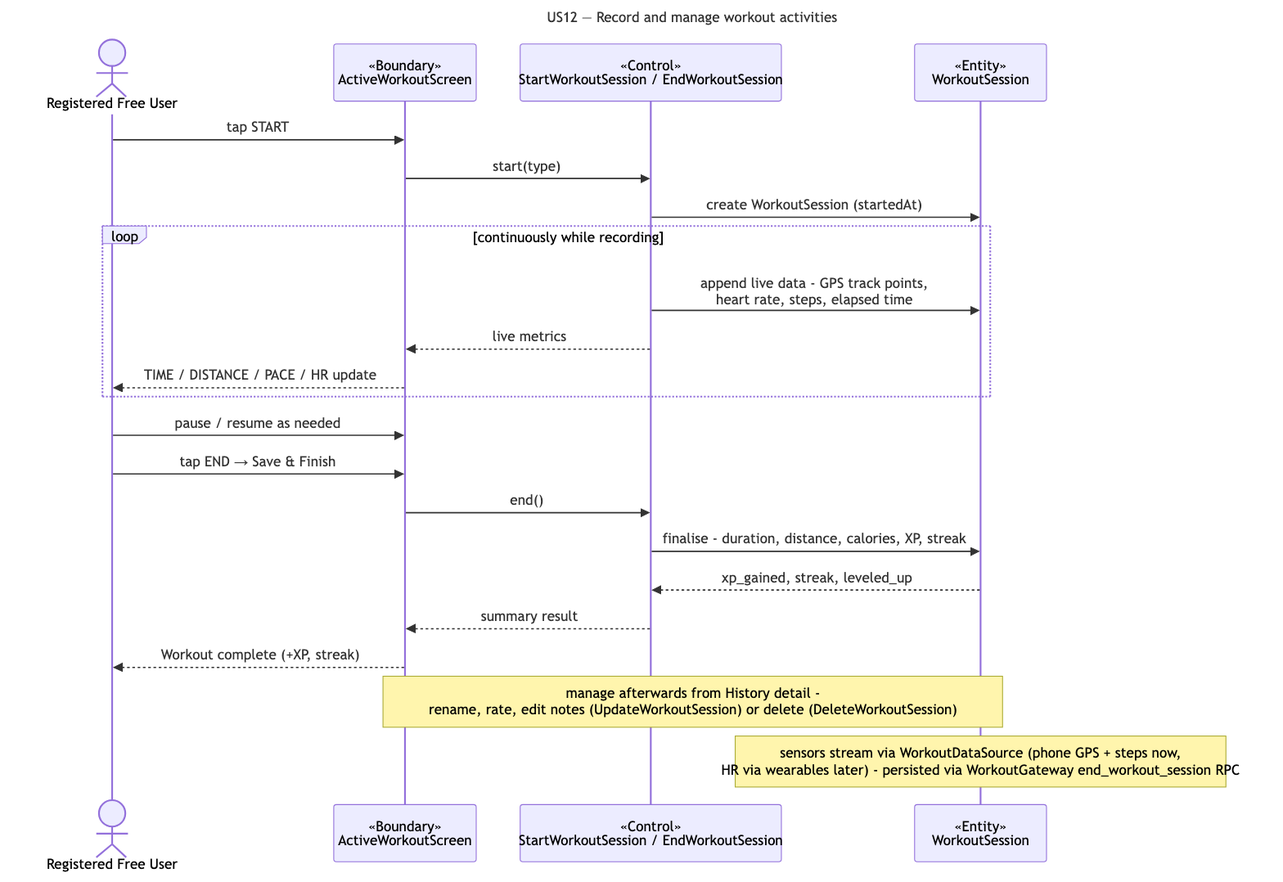
Before: docs/deliverables/sequence-diagrams/US12-record-workouts.png, a diagram exported from Mermaid (cyuanjun/FYP-26-S2-37-app). Its source is kept beside it as docs/deliverables/sequence-diagrams/src/US12-record-workouts.mmd.
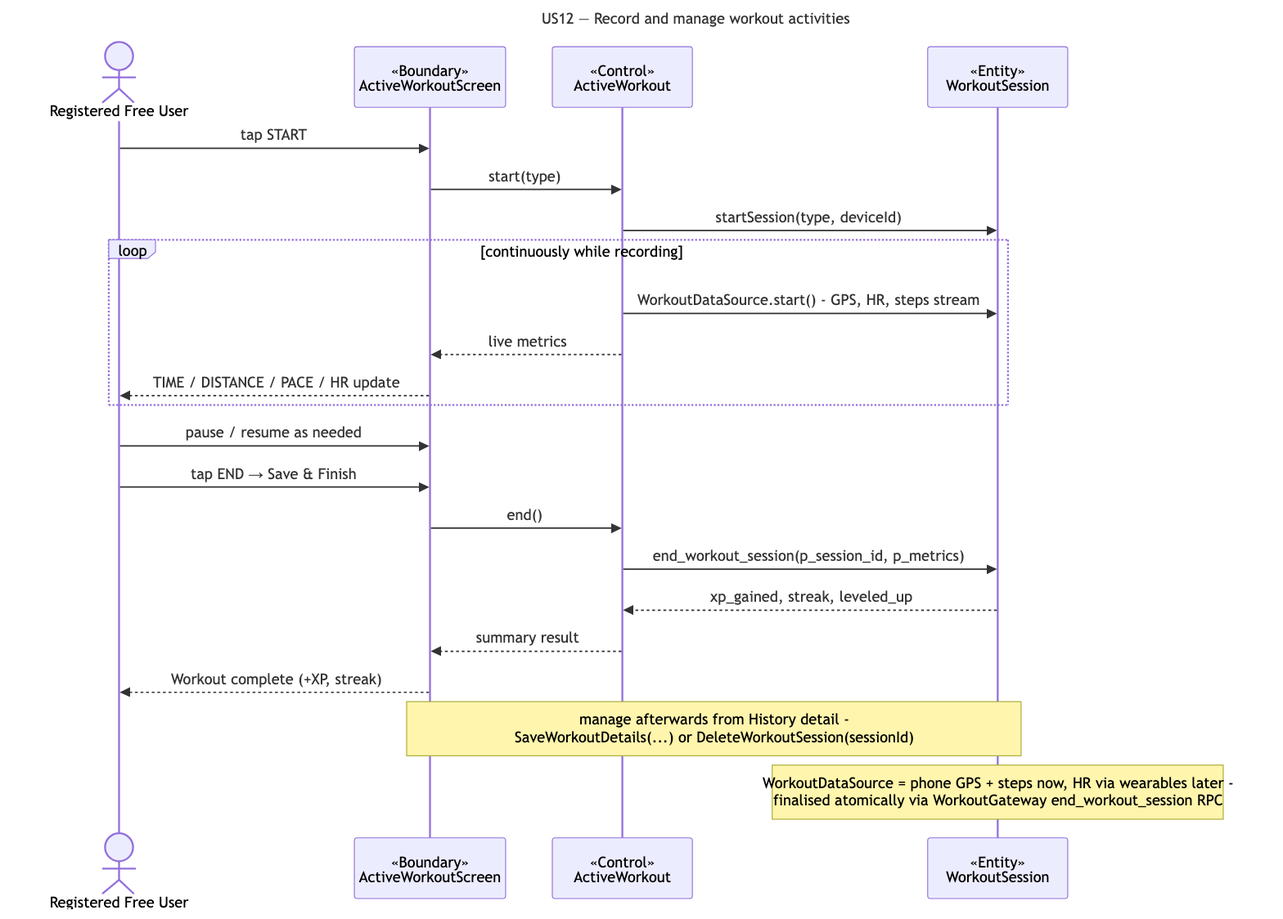
After the commit.

Diff of the diagram source:
```diff
@@ -4,22 +4,22 @@
 sequenceDiagram
   actor A as Registered Free User
   participant B as «Boundary»<br/>ActiveWorkoutScreen
-  participant C as «Control»<br/>StartWorkoutSession / EndWorkoutSession
+  participant C as «Control»<br/>ActiveWorkout
   participant E as «Entity»<br/>WorkoutSession
   A->>B: tap START
   B->>C: start(type)
-  C->>E: create WorkoutSession (startedAt)
+  C->>E: startSession(type, deviceId)
   loop continuously while recording
-    C->>E: append live data - GPS track points,<br/>heart rate, steps, elapsed time
+    C->>E: WorkoutDataSource.start() - GPS, HR, steps stream
     C-->>B: live metrics
     B-->>A: TIME / DISTANCE / PACE / HR update
   end
   A->>B: pause / resume as needed
   A->>B: tap END → Save & Finish
   B->>C: end()
-  C->>E: finalise - duration, distance, calories, XP, streak
+  C->>E: end_workout_session(p_session_id, p_metrics)
   E-->>C: xp_gained, streak, leveled_up
   C-->>B: summary result
   B-->>A: Workout complete (+XP, streak)
-  note over B,E: manage afterwards from History detail -<br/>rename, rate, edit notes (UpdateWorkoutSession) or delete (DeleteWorkoutSession)
-  note over E: sensors stream via WorkoutDataSource (phone GPS + steps now,<br/>HR via wearables later) - persisted via WorkoutGateway end_workout_session RPC
+  note over B,E: manage afterwards from History detail -<br/>SaveWorkoutDetails(...) or DeleteWorkoutSession(sessionId)
+  note over E: WorkoutDataSource = phone GPS + steps now, HR via wearables later -<br/>finalised atomically via WorkoutGateway end_workout_session RPC
```
